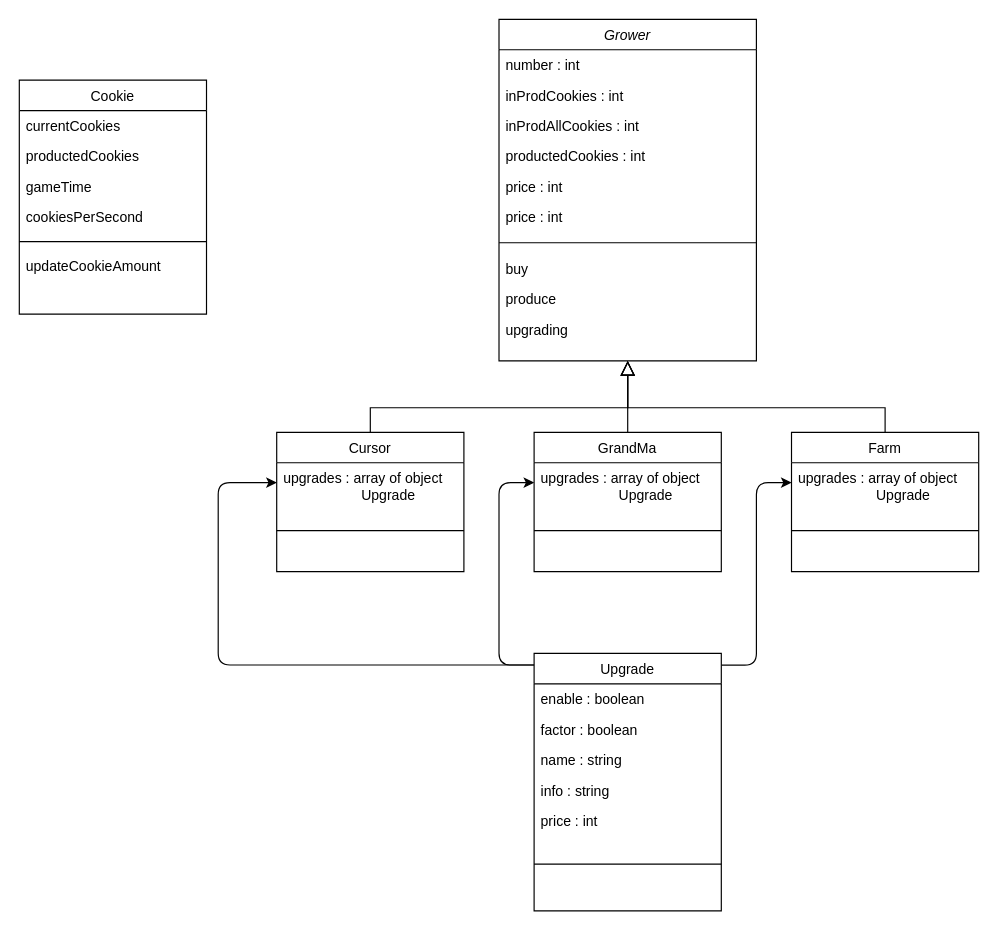
ElainePentium/JS-cookie-clicker keeps this draw.io diagram as diagram_class.drawio. Above is the earlier version. Source tidied: cells renumbered, new cells numbered last; positions are measured from the earlier drawing's top-left corner, leaving out a move shared by most shapes. Both pictures are drawn from the tidied source at 117%, with x=0, y=0 at pixel (19, 19).
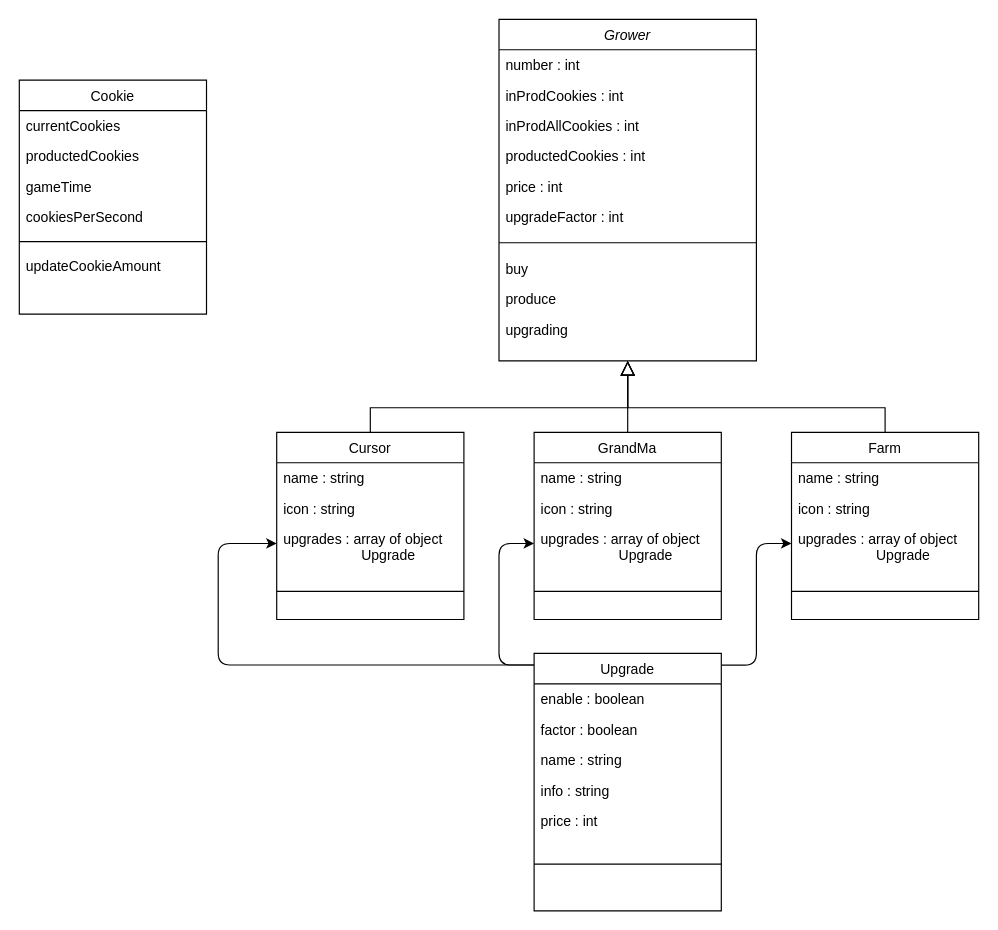
The same diagram, later.

Unchanged cells that the change refers to:
```xml
<mxCell id="17" value="Grower" style="swimlane;fontStyle=2;align=center;verticalAlign=top;horizontal=1;startSize=26;rounded=0;shadow=0;strokeWidth=1;" parent="1" vertex="1">
  <mxGeometry x="410" width="220" height="292" as="geometry" />
</mxCell>
```

The edit, as a diff of the source:
```diff
@@
     <mxCell id="9" value="Cursor" style="swimlane;fontStyle=0;align=center;verticalAlign=top;horizontal=1;startSize=26;rounded=0;shadow=0;strokeWidth=1;" parent="1" vertex="1">
-      <mxGeometry x="220" y="353" width="160" height="119" as="geometry" />
+      <mxGeometry x="220" y="353" width="160" height="160" as="geometry" />
     </mxCell>
+    <mxCell id="42" value="name : string" style="text;align=left;verticalAlign=top;spacingLeft=4;spacingRight=4;overflow=hidden;rounded=0;shadow=0;html=0;" parent="9" vertex="1">
+      <mxGeometry y="26" width="160" height="26" as="geometry" />
+    </mxCell>
+    <mxCell id="43" value="icon : string" style="text;align=left;verticalAlign=top;spacingLeft=4;spacingRight=4;overflow=hidden;rounded=0;shadow=0;html=0;" parent="9" vertex="1">
+      <mxGeometry y="52" width="160" height="26" as="geometry" />
+    </mxCell>
     <mxCell id="10" value="upgrades : array of object &#10;                    Upgrade" style="text;align=left;verticalAlign=top;spacingLeft=4;spacingRight=4;overflow=hidden;points=[[0,0.5],[1,0.5]];portConstraint=eastwest;rounded=0;shadow=0;html=0;" parent="9" vertex="1">
-      <mxGeometry y="26" width="160" height="34" as="geometry" />
+      <mxGeometry y="78" width="160" height="34" as="geometry" />
     </mxCell>
     <mxCell id="11" style="line;html=1;strokeWidth=1;align=left;verticalAlign=middle;spacingTop=-1;spacingLeft=3;spacingRight=3;labelPosition=right;" parent="9" vertex="1">
-      <mxGeometry y="60" width="160" height="48" as="geometry" />
+      <mxGeometry y="112" width="160" height="48" as="geometry" />
     </mxCell>
@@
     <mxCell id="13" value="GrandMa" style="swimlane;fontStyle=0;align=center;verticalAlign=top;horizontal=1;startSize=26;rounded=0;shadow=0;strokeWidth=1;" parent="1" vertex="1">
-      <mxGeometry x="440" y="353" width="160" height="119" as="geometry" />
+      <mxGeometry x="440" y="353" width="160" height="160" as="geometry" />
     </mxCell>
+    <mxCell id="44" value="name : string" style="text;align=left;verticalAlign=top;spacingLeft=4;spacingRight=4;overflow=hidden;rounded=0;shadow=0;html=0;" parent="13" vertex="1">
+      <mxGeometry y="26" width="160" height="26" as="geometry" />
+    </mxCell>
+    <mxCell id="45" value="icon : string" style="text;align=left;verticalAlign=top;spacingLeft=4;spacingRight=4;overflow=hidden;rounded=0;shadow=0;html=0;" parent="13" vertex="1">
+      <mxGeometry y="52" width="160" height="26" as="geometry" />
+    </mxCell>
     <mxCell id="14" value="upgrades : array of object &#10;                    Upgrade" style="text;align=left;verticalAlign=top;spacingLeft=4;spacingRight=4;overflow=hidden;points=[[0,0.5],[1,0.5]];portConstraint=eastwest;rounded=0;shadow=0;html=0;" parent="13" vertex="1">
-      <mxGeometry y="26" width="160" height="34" as="geometry" />
+      <mxGeometry y="78" width="160" height="34" as="geometry" />
     </mxCell>
     <mxCell id="15" style="line;html=1;strokeWidth=1;align=left;verticalAlign=middle;spacingTop=-1;spacingLeft=3;spacingRight=3;labelPosition=right;" parent="13" vertex="1">
-      <mxGeometry y="60" width="160" height="48" as="geometry" />
+      <mxGeometry y="112" width="160" height="48" as="geometry" />
     </mxCell>
@@
-    <mxCell id="23" value="price : int" style="text;align=left;verticalAlign=top;spacingLeft=4;spacingRight=4;overflow=hidden;rounded=0;shadow=0;html=0;" parent="17" vertex="1">
+    <mxCell id="23" value="upgradeFactor : int" style="text;align=left;verticalAlign=top;spacingLeft=4;spacingRight=4;overflow=hidden;rounded=0;shadow=0;html=0;" parent="17" vertex="1">
       <mxGeometry y="156" width="220" height="26" as="geometry" />
     </mxCell>
@@
     <mxCell id="29" value="Farm" style="swimlane;fontStyle=0;align=center;verticalAlign=top;horizontal=1;startSize=26;rounded=0;shadow=0;strokeWidth=1;" parent="1" vertex="1">
-      <mxGeometry x="660" y="353" width="160" height="119" as="geometry" />
+      <mxGeometry x="660" y="353" width="160" height="160" as="geometry" />
     </mxCell>
+    <mxCell id="46" value="name : string" style="text;align=left;verticalAlign=top;spacingLeft=4;spacingRight=4;overflow=hidden;rounded=0;shadow=0;html=0;" parent="29" vertex="1">
+      <mxGeometry y="26" width="160" height="26" as="geometry" />
+    </mxCell>
+    <mxCell id="47" value="icon : string" style="text;align=left;verticalAlign=top;spacingLeft=4;spacingRight=4;overflow=hidden;rounded=0;shadow=0;html=0;" parent="29" vertex="1">
+      <mxGeometry y="52" width="160" height="26" as="geometry" />
+    </mxCell>
     <mxCell id="30" value="upgrades : array of object &#10;                    Upgrade" style="text;align=left;verticalAlign=top;spacingLeft=4;spacingRight=4;overflow=hidden;points=[[0,0.5],[1,0.5]];portConstraint=eastwest;rounded=0;shadow=0;html=0;" parent="29" vertex="1">
-      <mxGeometry y="26" width="160" height="34" as="geometry" />
+      <mxGeometry y="78" width="160" height="34" as="geometry" />
     </mxCell>
     <mxCell id="31" style="line;html=1;strokeWidth=1;align=left;verticalAlign=middle;spacingTop=-1;spacingLeft=3;spacingRight=3;labelPosition=right;" parent="29" vertex="1">
-      <mxGeometry y="60" width="160" height="48" as="geometry" />
+      <mxGeometry y="112" width="160" height="48" as="geometry" />
     </mxCell>
```
